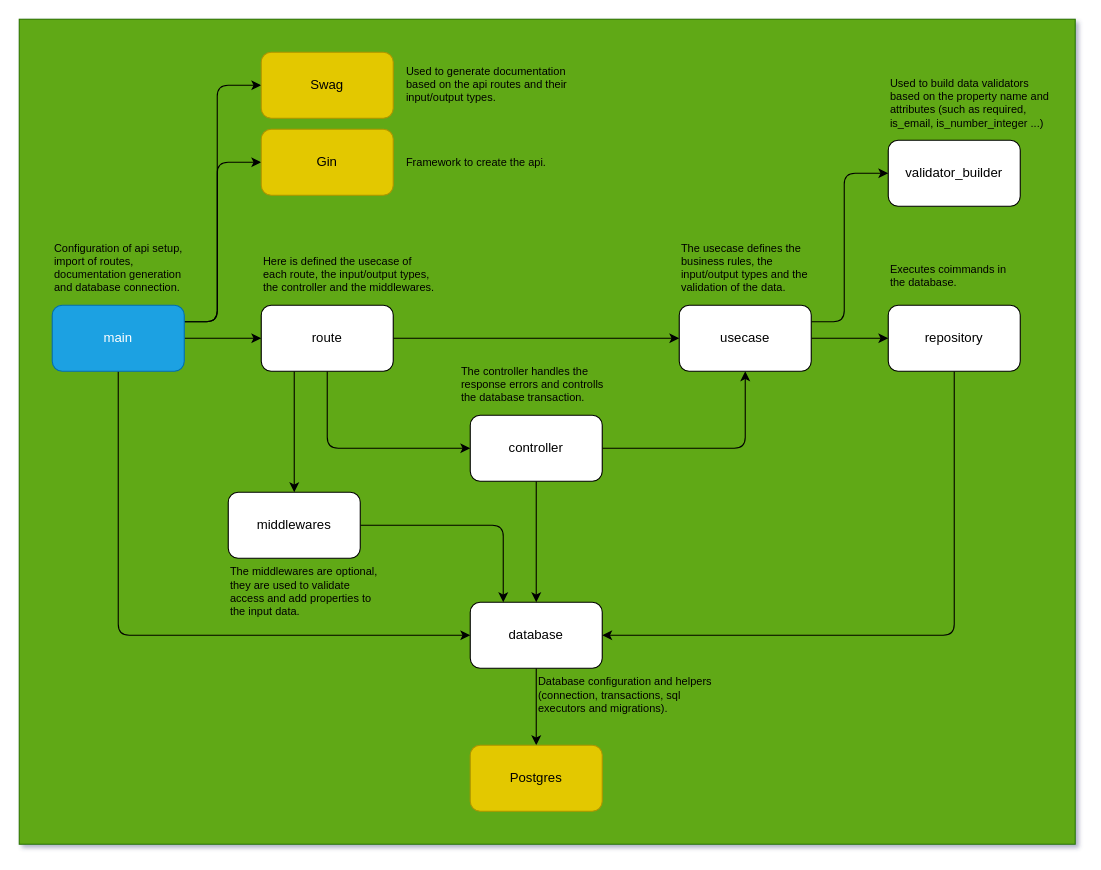
Above: diagrams/api-diagram.drawio in DouglasVolcato/golang-api-template (draw.io), before the change. Source tidied: cells renumbered, new cells numbered last; positions are measured from the earlier drawing's top-left corner, leaving out a move shared by most shapes. Both pictures are drawn from the tidied source at 110%, with x=0, y=0 at pixel (19, 19).
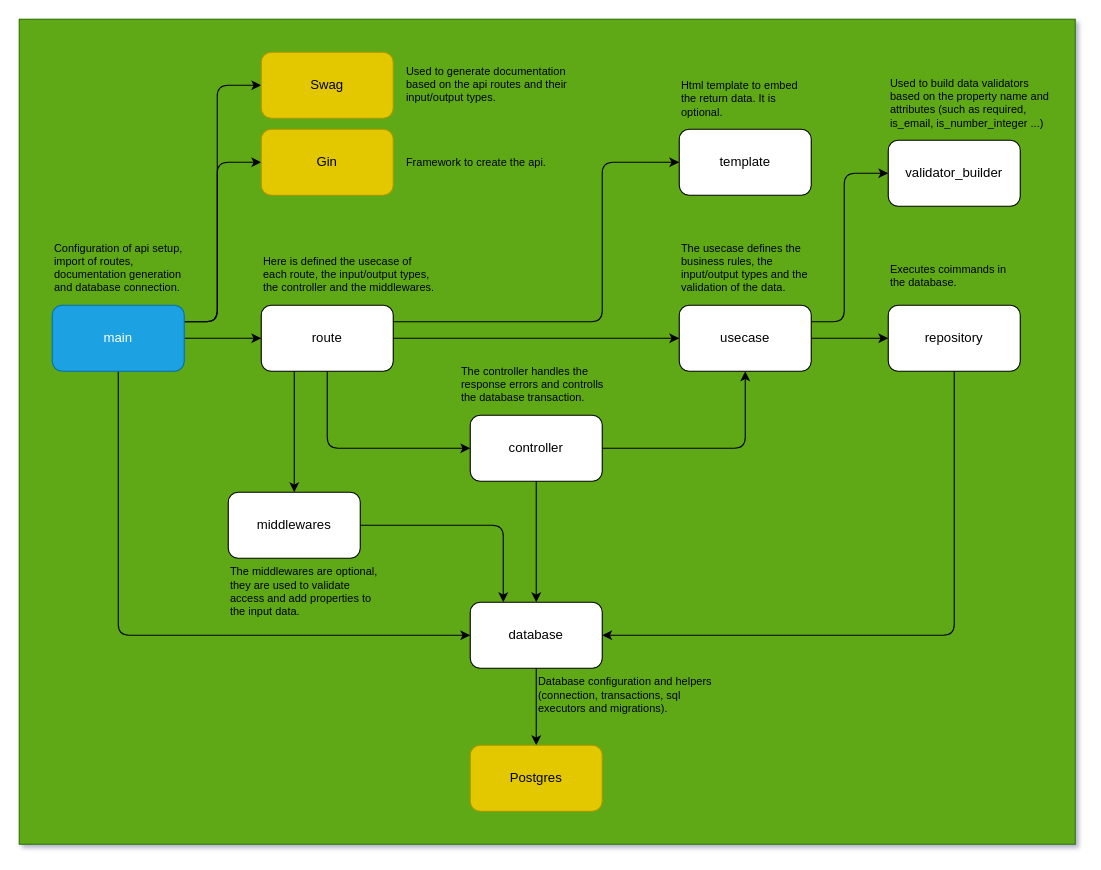
After the change.

The change refers to these unchanged cells:
```xml
<mxCell id="11" value="route" style="rounded=1;whiteSpace=wrap;html=1;" parent="1" vertex="1">
  <mxGeometry x="220" y="260" width="120" height="60" as="geometry" />
</mxCell>
```

Diff of the diagram source:
```diff
@@
+    <mxCell id="38" style="edgeStyle=none;html=1;exitX=1;exitY=0.25;exitDx=0;exitDy=0;entryX=0;entryY=0.5;entryDx=0;entryDy=0;" parent="1" edge="1" source="11" target="39">
+      <mxGeometry relative="1" as="geometry">
+        <Array as="points">
+          <mxPoint x="530" y="275" />
+          <mxPoint x="530" y="130" />
+        </Array>
+      </mxGeometry>
+    </mxCell>
@@
+    <mxCell id="39" value="template" style="rounded=1;whiteSpace=wrap;html=1;" parent="1" vertex="1">
+      <mxGeometry x="600" y="100" width="120" height="60" as="geometry" />
+    </mxCell>
+    <mxCell id="40" value="&lt;h1 style=&quot;margin-top: 0px;&quot;&gt;&lt;span style=&quot;font-weight: 400;&quot;&gt;Html template to embed the return data. It is optional.&lt;/span&gt;&lt;/h1&gt;" style="text;html=1;whiteSpace=wrap;overflow=hidden;rounded=0;verticalAlign=bottom;fontSize=5;" parent="1" vertex="1">
+      <mxGeometry x="600" y="30" width="120" height="70" as="geometry" />
+    </mxCell>
```
